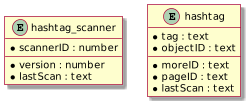
Earlier version of the PlantUML export docs/developers/Design - Hashtags_files/image002.png (stevencohn/OneMore). Its diagram source:
```plantuml
@startuml
skin rose
skinparam ParticipantPadding 20
skinparam BoxPadding 80
scale max 250 width
entity hashtag_scanner {
  * scannerID : number
  --
  * version : number
  * lastScan : text
}
entity hashtag {
  * tag : text
  * objectID : text
  --
  * moreID : text
  * pageID : text
  * lastScan : text
}
@enduml
```
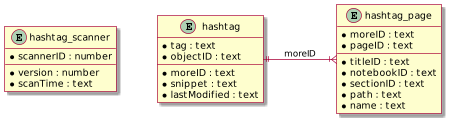
Above is the later version.

Diff of the diagram source:
```diff
@@ -1,20 +1,33 @@
 @startuml
 skin rose
 skinparam ParticipantPadding 20
-skinparam BoxPadding 80
-scale max 250 width
+skinparam BoxPadding 40
+scale max 450 width
+left to right direction
 entity hashtag_scanner {
   * scannerID : number
   --
   * version : number
-  * lastScan : text
+  * scanTime : text
 }
 entity hashtag {
   * tag : text
   * objectID : text
   --
   * moreID : text
+  * snippet : text
+  * lastModified : text
+}
+entity hashtag_page {
+  * moreID : text
   * pageID : text
-  * lastScan : text
+  --
+  * titleID : text
+  * notebookID : text
+  * sectionID : text
+  * path : text
+  * name : text
 }
+hashtag_scanner -[hidden]- hashtag
+hashtag ||--|{ hashtag_page : moreID
 @enduml
```
